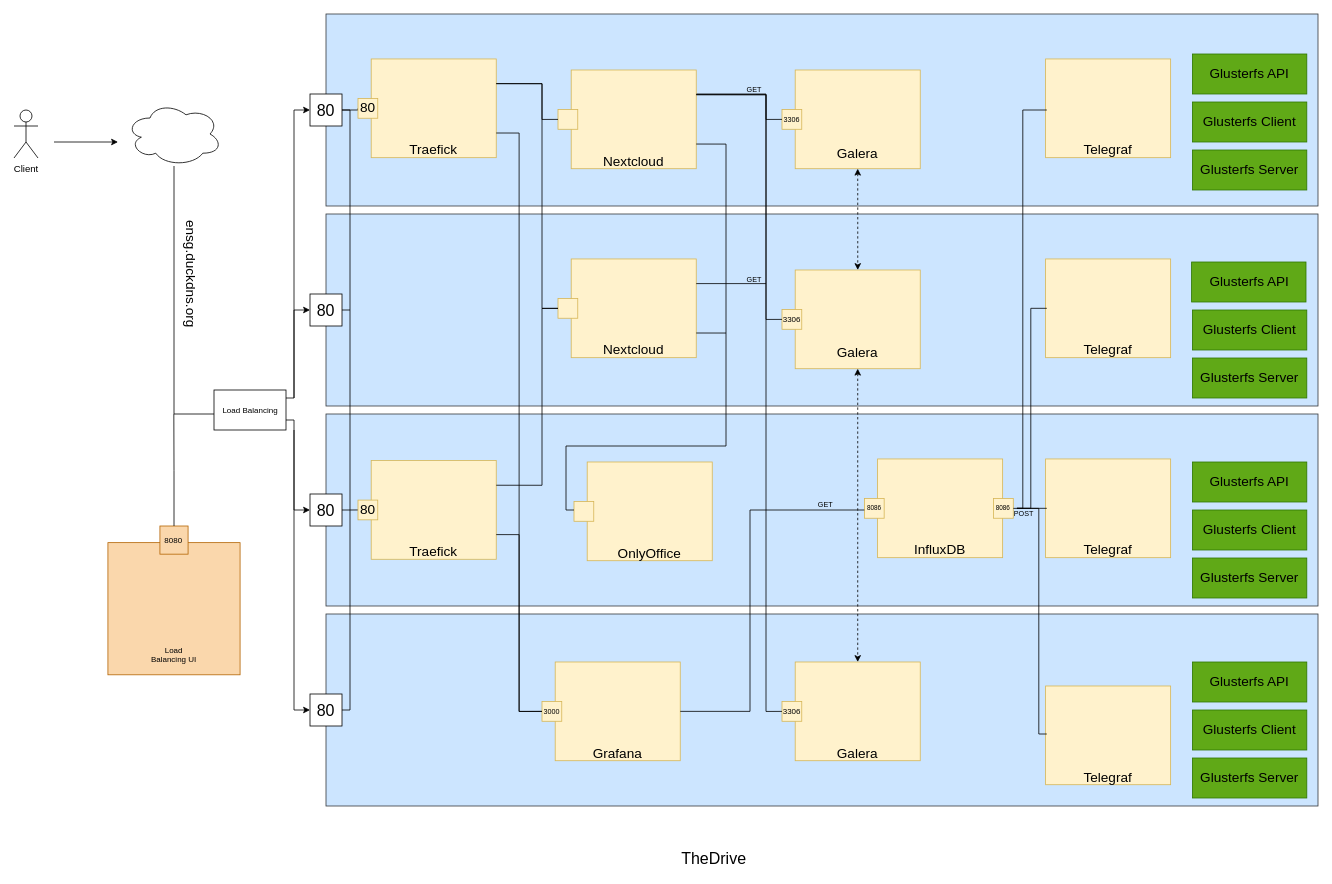
Earlier version of the draw.io diagram Untitled Diagram.drawio (ThomasDBM/TheDrive). Source tidied: cells renumbered, new cells numbered last; positions are measured from the earlier drawing's top-left corner, leaving out a move shared by most shapes. Both pictures are drawn from the tidied source at 80%, with x=0, y=0 at pixel (14, 14).
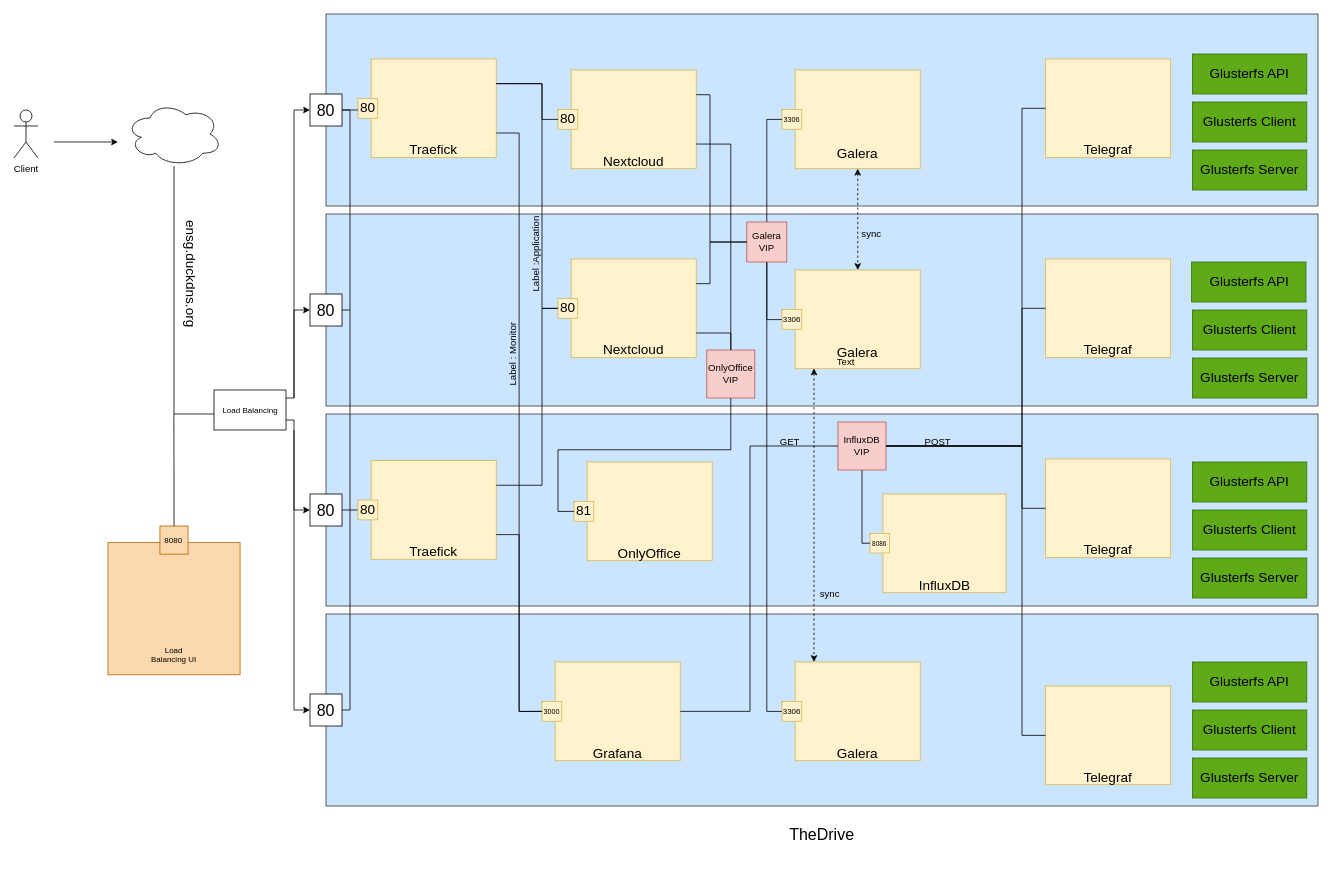
Above is the later version.

Commit message:
Premier diagrame d'exemple de fonctionnement

The change refers to these unchanged cells:
```xml
<mxCell id="73" style="rounded=0;whiteSpace=wrap;html=1;labelBackgroundColor=#99FFFF;fontSize=17;fillColor=#fff2cc;strokeColor=#d6b656;" parent="72" vertex="1">
  <mxGeometry x="16.5" width="156.3" height="123.4" as="geometry" />
</mxCell>
<mxCell id="76" style="rounded=0;whiteSpace=wrap;html=1;labelBackgroundColor=#99FFFF;fontSize=17;fillColor=#fff2cc;strokeColor=#d6b656;" parent="75" vertex="1">
  <mxGeometry x="16.5" width="156.3" height="123.4" as="geometry" />
</mxCell>
<mxCell id="79" style="rounded=0;whiteSpace=wrap;html=1;labelBackgroundColor=#99FFFF;fontSize=17;fillColor=#fff2cc;strokeColor=#d6b656;" parent="78" vertex="1">
  <mxGeometry x="16.5" width="156.3" height="123.4" as="geometry" />
</mxCell>
<mxCell id="82" style="rounded=0;whiteSpace=wrap;html=1;labelBackgroundColor=#99FFFF;fontSize=17;fillColor=#fff2cc;strokeColor=#d6b656;" parent="81" vertex="1">
  <mxGeometry x="16.5" width="156.3" height="123.4" as="geometry" />
</mxCell>
<mxCell id="94" style="rounded=0;whiteSpace=wrap;html=1;labelBackgroundColor=#99FFFF;fontSize=17;fillColor=#fff2cc;strokeColor=#d6b656;" parent="93" vertex="1">
  <mxGeometry x="16.5" width="156.3" height="123.4" as="geometry" />
</mxCell>
<mxCell id="100" style="group;" parent="1" vertex="1">
  <mxGeometry x="680" y="70" width="172.7" height="127.5" as="geometry" />
</mxCell>
<mxCell id="101" style="rounded=0;whiteSpace=wrap;html=1;labelBackgroundColor=#99FFFF;fontSize=17;fillColor=#fff2cc;strokeColor=#d6b656;" parent="100" vertex="1">
  <mxGeometry x="16.5" width="156.3" height="123.4" as="geometry" />
</mxCell>
<mxCell id="104" style="group;" parent="1" vertex="1">
  <mxGeometry x="680" y="306.2" width="172.7" height="127.5" as="geometry" />
</mxCell>
<mxCell id="105" style="rounded=0;whiteSpace=wrap;html=1;labelBackgroundColor=#99FFFF;fontSize=17;fillColor=#fff2cc;strokeColor=#d6b656;" parent="104" vertex="1">
  <mxGeometry x="16.5" width="156.3" height="123.4" as="geometry" />
</mxCell>
<mxCell id="108" style="group;" parent="1" vertex="1">
  <mxGeometry x="700" y="560" width="172.7" height="127.5" as="geometry" />
</mxCell>
<mxCell id="113" style="rounded=0;whiteSpace=wrap;html=1;labelBackgroundColor=#99FFFF;fontSize=17;fillColor=#fff2cc;strokeColor=#d6b656;" parent="112" vertex="1">
  <mxGeometry x="16.5" width="156.3" height="123.4" as="geometry" />
</mxCell>
<mxCell id="114" value="3306" style="whiteSpace=wrap;html=1;labelBackgroundColor=none;fontSize=10;fillColor=#fff2cc;strokeColor=#d6b656;" parent="112" vertex="1">
  <mxGeometry y="49.4" width="24.7" height="24.7" as="geometry" />
</mxCell>
<mxCell id="117" style="rounded=0;whiteSpace=wrap;html=1;labelBackgroundColor=#99FFFF;fontSize=17;fillColor=#fff2cc;strokeColor=#d6b656;" parent="116" vertex="1">
  <mxGeometry x="16.5" width="156.3" height="123.4" as="geometry" />
</mxCell>
<mxCell id="118" value="3306" style="whiteSpace=wrap;html=1;labelBackgroundColor=none;fontSize=10;fillColor=#fff2cc;strokeColor=#d6b656;" parent="116" vertex="1">
  <mxGeometry y="49.4" width="24.7" height="24.7" as="geometry" />
</mxCell>
<mxCell id="122" value="3306" style="whiteSpace=wrap;html=1;labelBackgroundColor=none;fontSize=9;fillColor=#fff2cc;strokeColor=#d6b656;" parent="120" vertex="1">
  <mxGeometry y="49.4" width="24.7" height="24.7" as="geometry" />
</mxCell>
```

What changed in the source:
```diff
@@
     <mxCell id="7" value="TheDrive" style="text;html=1;strokeColor=none;fillColor=none;align=center;verticalAlign=middle;whiteSpace=wrap;rounded=0;fontSize=20;" parent="1" vertex="1">
-      <mxGeometry x="845" y="1040" width="60" height="30" as="geometry" />
+      <mxGeometry x="980" y="1010" width="60" height="30" as="geometry" />
     </mxCell>
@@
     <mxCell id="84" style="group;" parent="1" vertex="1">
-      <mxGeometry x="1063" y="556.2" width="172.7" height="127.5" as="geometry" />
+      <mxGeometry x="1070" y="600" width="170" height="127.5" as="geometry" />
     </mxCell>
     <mxCell id="85" style="rounded=0;whiteSpace=wrap;html=1;labelBackgroundColor=#99FFFF;fontSize=17;fillColor=#fff2cc;strokeColor=#d6b656;" parent="84" vertex="1">
-      <mxGeometry x="16.5" width="156.3" height="123.4" as="geometry" />
+      <mxGeometry x="16.2" width="153.8" height="123.4" as="geometry" />
     </mxCell>
     <mxCell id="86" value="8086" style="whiteSpace=wrap;html=1;labelBackgroundColor=none;fontSize=8;fillColor=#fff2cc;strokeColor=#d6b656;" parent="84" vertex="1">
-      <mxGeometry y="49.4" width="24.7" height="24.7" as="geometry" />
+      <mxGeometry y="49.4" width="24.3" height="24.3" as="geometry" />
     </mxCell>
     <mxCell id="87" value="InfluxDB" style="text;html=1;align=center;verticalAlign=middle;whiteSpace=wrap;rounded=0;labelBackgroundColor=none;fontSize=17;" parent="84" vertex="1">
-      <mxGeometry x="69.9" y="102.8" width="49.4" height="24.7" as="geometry" />
+      <mxGeometry x="68.8" y="102.8" width="48.6" height="24.7" as="geometry" />
     </mxCell>
-    <mxCell id="88" value="8086" style="whiteSpace=wrap;html=1;labelBackgroundColor=none;fontSize=8;fillColor=#fff2cc;strokeColor=#d6b656;" parent="84" vertex="1">
-      <mxGeometry x="161.4" y="49.4" width="24.7" height="24.7" as="geometry" />
-    </mxCell>
-    <mxCell id="89" style="edgeStyle=orthogonalEdgeStyle;rounded=0;orthogonalLoop=1;jettySize=auto;html=1;exitX=1;exitY=0.5;exitDx=0;exitDy=0;fontSize=17;endArrow=none;endFill=0;" parent="1" edge="1">
-      <mxGeometry relative="1" as="geometry">
-        <mxPoint x="1253.7" y="617.9" as="sourcePoint" />
-        <mxPoint x="1291" y="120" as="targetPoint" />
-        <Array as="points">
-          <mxPoint x="1261" y="618" />
-          <mxPoint x="1261" y="120" />
-        </Array>
-      </mxGeometry>
-    </mxCell>
-    <mxCell id="90" style="edgeStyle=orthogonalEdgeStyle;rounded=0;orthogonalLoop=1;jettySize=auto;html=1;exitX=1;exitY=0.5;exitDx=0;exitDy=0;entryX=0;entryY=0.5;entryDx=0;entryDy=0;fontSize=17;endArrow=none;endFill=0;" parent="1" edge="1">
-      <mxGeometry relative="1" as="geometry">
-        <mxPoint x="1253.7" y="617.9" as="sourcePoint" />
-        <mxPoint x="1291" y="367.9" as="targetPoint" />
-        <Array as="points">
-          <mxPoint x="1271" y="618" />
-          <mxPoint x="1271" y="368" />
-        </Array>
-      </mxGeometry>
-    </mxCell>
-    <mxCell id="91" style="edgeStyle=orthogonalEdgeStyle;rounded=0;orthogonalLoop=1;jettySize=auto;html=1;exitX=1;exitY=0.5;exitDx=0;exitDy=0;entryX=0;entryY=0.5;entryDx=0;entryDy=0;fontSize=17;endArrow=none;endFill=0;" parent="1" edge="1">
-      <mxGeometry relative="1" as="geometry">
-        <mxPoint x="1253.7" y="617.9" as="sourcePoint" />
-        <mxPoint x="1291" y="617.9" as="targetPoint" />
-      </mxGeometry>
-    </mxCell>
-    <mxCell id="92" style="edgeStyle=orthogonalEdgeStyle;rounded=0;jettySize=auto;html=1;exitX=1;exitY=0.5;exitDx=0;exitDy=0;fontSize=17;endArrow=none;endFill=0;" parent="1" edge="1" source="88">
-      <mxGeometry relative="1" as="geometry">
-        <mxPoint x="1291" y="900" as="targetPoint" />
-        <Array as="points">
-          <mxPoint x="1281" y="618" />
-          <mxPoint x="1281" y="900" />
-        </Array>
-      </mxGeometry>
-    </mxCell>
@@
-    <mxCell id="97" style="edgeStyle=orthogonalEdgeStyle;rounded=0;jettySize=auto;html=1;exitX=1;exitY=0.5;exitDx=0;exitDy=0;fontSize=17;endArrow=none;endFill=0;" parent="1" edge="1" source="94" target="86">
-      <mxGeometry relative="1" as="geometry">
-        <Array as="points">
-          <mxPoint x="920" y="872" />
-          <mxPoint x="920" y="620" />
-        </Array>
-      </mxGeometry>
-    </mxCell>
@@
-    <mxCell id="102" style="whiteSpace=wrap;html=1;labelBackgroundColor=#99FFFF;fontSize=17;fillColor=#fff2cc;strokeColor=#d6b656;" parent="100" vertex="1">
+    <mxCell id="102" value="80" style="whiteSpace=wrap;html=1;labelBackgroundColor=none;fontSize=17;fillColor=#fff2cc;strokeColor=#d6b656;" parent="100" vertex="1">
       <mxGeometry y="49.4" width="24.7" height="24.7" as="geometry" />
     </mxCell>
@@
-    <mxCell id="106" style="whiteSpace=wrap;html=1;labelBackgroundColor=#99FFFF;fontSize=17;fillColor=#fff2cc;strokeColor=#d6b656;" parent="104" vertex="1">
+    <mxCell id="106" value="80" style="whiteSpace=wrap;html=1;labelBackgroundColor=none;fontSize=17;fillColor=#fff2cc;strokeColor=#d6b656;" parent="104" vertex="1">
       <mxGeometry y="49.4" width="24.7" height="24.7" as="geometry" />
     </mxCell>
@@
-    <mxCell id="110" style="whiteSpace=wrap;html=1;labelBackgroundColor=#99FFFF;fontSize=17;fillColor=#fff2cc;strokeColor=#d6b656;" parent="108" vertex="1">
+    <mxCell id="110" value="81" style="whiteSpace=wrap;html=1;labelBackgroundColor=none;fontSize=17;fillColor=#fff2cc;strokeColor=#d6b656;" parent="108" vertex="1">
       <mxGeometry y="49.4" width="24.7" height="24.7" as="geometry" />
     </mxCell>
@@
-    <mxCell id="125" style="edgeStyle=orthogonalEdgeStyle;rounded=0;jettySize=auto;html=1;exitX=0.5;exitY=1;exitDx=0;exitDy=0;entryX=0.5;entryY=0;entryDx=0;entryDy=0;fontSize=17;startArrow=classic;startFill=1;endArrow=classic;endFill=1;dashed=1;" parent="1" edge="1" source="113" target="117">
-      <mxGeometry relative="1" as="geometry" />
+    <mxCell id="125" style="edgeStyle=orthogonalEdgeStyle;rounded=0;orthogonalLoop=1;jettySize=auto;html=1;fontSize=17;startArrow=classic;startFill=1;endArrow=classic;endFill=1;dashed=1;" parent="1" edge="1">
+      <mxGeometry relative="1" as="geometry">
+        <mxPoint x="1000" y="443" as="sourcePoint" />
+        <mxPoint x="1000" y="810" as="targetPoint" />
+        <Array as="points">
+          <mxPoint x="1000" y="443" />
+          <mxPoint x="1000" y="810" />
+        </Array>
+      </mxGeometry>
     </mxCell>
@@
-    <mxCell id="129" style="edgeStyle=orthogonalEdgeStyle;rounded=0;jettySize=auto;html=1;exitX=1;exitY=0.25;exitDx=0;exitDy=0;entryX=0;entryY=0.5;entryDx=0;entryDy=0;fontSize=17;startArrow=none;startFill=0;endArrow=none;endFill=0;" parent="1" edge="1" source="101" target="122">
-      <mxGeometry relative="1" as="geometry">
-        <Array as="points">
-          <mxPoint x="940" y="101" />
-          <mxPoint x="940" y="132" />
-        </Array>
-      </mxGeometry>
-    </mxCell>
-    <mxCell id="130" style="edgeStyle=orthogonalEdgeStyle;rounded=0;jettySize=auto;html=1;exitX=1;exitY=0.25;exitDx=0;exitDy=0;entryX=0;entryY=0.5;entryDx=0;entryDy=0;fontSize=17;startArrow=none;startFill=0;endArrow=none;endFill=0;" parent="1" edge="1" source="101" target="114">
-      <mxGeometry relative="1" as="geometry">
-        <Array as="points">
-          <mxPoint x="940" y="101" />
-          <mxPoint x="940" y="382" />
-        </Array>
-      </mxGeometry>
-    </mxCell>
-    <mxCell id="131" style="edgeStyle=orthogonalEdgeStyle;rounded=0;jettySize=auto;html=1;entryX=0;entryY=0.5;entryDx=0;entryDy=0;fontSize=17;startArrow=none;startFill=0;endArrow=none;endFill=0;" parent="1" edge="1" target="118">
-      <mxGeometry relative="1" as="geometry">
-        <mxPoint x="853" y="100" as="sourcePoint" />
-        <Array as="points">
-          <mxPoint x="853" y="100" />
-          <mxPoint x="940" y="100" />
-          <mxPoint x="940" y="872" />
-        </Array>
-      </mxGeometry>
-    </mxCell>
-    <mxCell id="132" style="edgeStyle=orthogonalEdgeStyle;rounded=0;jettySize=auto;html=1;exitX=1;exitY=0.25;exitDx=0;exitDy=0;fontSize=17;startArrow=none;startFill=0;endArrow=none;endFill=0;" parent="1" edge="1" source="105">
-      <mxGeometry relative="1" as="geometry">
-        <mxPoint x="940" y="337" as="targetPoint" />
-        <Array as="points">
-          <mxPoint x="940" y="337" />
-        </Array>
-      </mxGeometry>
-    </mxCell>
-    <mxCell id="133" style="edgeStyle=orthogonalEdgeStyle;rounded=0;jettySize=auto;html=1;exitX=1;exitY=0.75;exitDx=0;exitDy=0;fontSize=17;startArrow=none;startFill=0;endArrow=none;endFill=0;" parent="1" edge="1" source="101">
-      <mxGeometry relative="1" as="geometry">
-        <mxPoint x="700" y="620" as="targetPoint" />
-        <Array as="points">
-          <mxPoint x="890" y="163" />
-          <mxPoint x="890" y="540" />
-          <mxPoint x="690" y="540" />
-          <mxPoint x="690" y="620" />
-        </Array>
-      </mxGeometry>
-    </mxCell>
-    <mxCell id="134" style="edgeStyle=orthogonalEdgeStyle;rounded=0;jettySize=auto;html=1;exitX=1;exitY=0.75;exitDx=0;exitDy=0;fontSize=17;startArrow=none;startFill=0;endArrow=none;endFill=0;" parent="1" edge="1" source="105">
-      <mxGeometry relative="1" as="geometry">
-        <mxPoint x="890" y="398.7" as="targetPoint" />
-      </mxGeometry>
-    </mxCell>
-    <mxCell id="135" value="POST" style="text;html=1;align=center;verticalAlign=middle;strokeColor=none;fillColor=none;fontSize=9;" parent="1" vertex="1">
-      <mxGeometry x="1242" y="614.8" width="40" height="20" as="geometry" />
-    </mxCell>
-    <mxCell id="136" value="GET" style="text;html=1;align=center;verticalAlign=middle;strokeColor=none;fillColor=none;fontSize=9;" parent="1" vertex="1">
-      <mxGeometry x="999" y="604" width="30" height="20" as="geometry" />
-    </mxCell>
-    <mxCell id="137" value="GET" style="text;html=1;align=center;verticalAlign=middle;strokeColor=none;fillColor=none;fontSize=9;" parent="1" vertex="1">
-      <mxGeometry x="910" y="322" width="30" height="20" as="geometry" />
-    </mxCell>
-    <mxCell id="138" value="GET" style="text;html=1;align=center;verticalAlign=middle;strokeColor=none;fillColor=none;fontSize=9;" parent="1" vertex="1">
-      <mxGeometry x="910" y="85" width="30" height="20" as="geometry" />
-    </mxCell>
@@
+    <mxCell id="147" style="edgeStyle=orthogonalEdgeStyle;rounded=0;jettySize=auto;html=1;exitX=0.5;exitY=0;exitDx=0;exitDy=0;entryX=0;entryY=0.5;entryDx=0;entryDy=0;endArrow=none;endFill=0;" parent="1" edge="1" source="150" target="122">
+      <mxGeometry relative="1" as="geometry">
+        <Array as="points">
+          <mxPoint x="941" y="132" />
+        </Array>
+      </mxGeometry>
+    </mxCell>
+    <mxCell id="148" style="edgeStyle=orthogonalEdgeStyle;rounded=0;jettySize=auto;html=1;exitX=0.5;exitY=1;exitDx=0;exitDy=0;endArrow=none;endFill=0;" parent="1" edge="1" source="150">
+      <mxGeometry relative="1" as="geometry">
+        <mxPoint x="960" y="382" as="targetPoint" />
+        <Array as="points">
+          <mxPoint x="941" y="382" />
+          <mxPoint x="950" y="382" />
+        </Array>
+      </mxGeometry>
+    </mxCell>
+    <mxCell id="149" style="edgeStyle=orthogonalEdgeStyle;rounded=0;jettySize=auto;html=1;exitX=0.5;exitY=1;exitDx=0;exitDy=0;entryX=0;entryY=0.5;entryDx=0;entryDy=0;endArrow=none;endFill=0;" parent="1" edge="1" source="150" target="118">
+      <mxGeometry relative="1" as="geometry">
+        <Array as="points">
+          <mxPoint x="941" y="872" />
+        </Array>
+      </mxGeometry>
+    </mxCell>
+    <mxCell id="150" value="&lt;div&gt;Galera&lt;/div&gt;&lt;div&gt;VIP&lt;br&gt;&lt;/div&gt;" style="whiteSpace=wrap;html=1;fillColor=#f8cecc;strokeColor=#b85450;" parent="1" vertex="1">
+      <mxGeometry x="916" y="260" width="50" height="50" as="geometry" />
+    </mxCell>
+    <mxCell id="151" style="edgeStyle=orthogonalEdgeStyle;rounded=0;jettySize=auto;html=1;exitX=1;exitY=0.25;exitDx=0;exitDy=0;entryX=0;entryY=0.5;entryDx=0;entryDy=0;endArrow=none;endFill=0;" parent="1" edge="1" source="101" target="150">
+      <mxGeometry relative="1" as="geometry">
+        <Array as="points">
+          <mxPoint x="870" y="101" />
+          <mxPoint x="870" y="285" />
+        </Array>
+      </mxGeometry>
+    </mxCell>
+    <mxCell id="152" style="edgeStyle=orthogonalEdgeStyle;rounded=0;jettySize=auto;html=1;exitX=1;exitY=0.25;exitDx=0;exitDy=0;endArrow=none;endFill=0;entryX=0;entryY=0.5;entryDx=0;entryDy=0;" parent="1" edge="1" source="105" target="150">
+      <mxGeometry relative="1" as="geometry">
+        <Array as="points">
+          <mxPoint x="870" y="337" />
+          <mxPoint x="870" y="285" />
+        </Array>
+      </mxGeometry>
+    </mxCell>
+    <mxCell id="153" style="edgeStyle=orthogonalEdgeStyle;rounded=0;jettySize=auto;html=1;exitX=0.5;exitY=1;exitDx=0;exitDy=0;entryX=0;entryY=0.5;entryDx=0;entryDy=0;endArrow=none;endFill=0;" parent="1" edge="1" source="154" target="110">
+      <mxGeometry relative="1" as="geometry" />
+    </mxCell>
+    <mxCell id="154" value="&lt;div&gt;OnlyOffice&lt;/div&gt;&lt;div&gt;VIP&lt;br&gt;&lt;/div&gt;" style="whiteSpace=wrap;html=1;fillColor=#f8cecc;strokeColor=#b85450;" parent="1" vertex="1">
+      <mxGeometry x="866" y="420" width="60" height="60" as="geometry" />
+    </mxCell>
+    <mxCell id="155" style="edgeStyle=orthogonalEdgeStyle;rounded=0;jettySize=auto;html=1;exitX=1;exitY=0.75;exitDx=0;exitDy=0;endArrow=none;endFill=0;" parent="1" edge="1" source="101" target="154">
+      <mxGeometry relative="1" as="geometry" />
+    </mxCell>
+    <mxCell id="156" style="edgeStyle=orthogonalEdgeStyle;rounded=0;jettySize=auto;html=1;exitX=1;exitY=0.75;exitDx=0;exitDy=0;entryX=0.5;entryY=0;entryDx=0;entryDy=0;endArrow=none;endFill=0;" parent="1" edge="1" source="105" target="154">
+      <mxGeometry relative="1" as="geometry" />
+    </mxCell>
+    <mxCell id="157" style="edgeStyle=orthogonalEdgeStyle;rounded=0;jettySize=auto;html=1;exitX=0.5;exitY=1;exitDx=0;exitDy=0;entryX=0;entryY=0.5;entryDx=0;entryDy=0;endArrow=none;endFill=0;" parent="1" edge="1" source="159" target="86">
+      <mxGeometry relative="1" as="geometry">
+        <Array as="points">
+          <mxPoint x="1060" y="662" />
+        </Array>
+      </mxGeometry>
+    </mxCell>
+    <mxCell id="158" style="edgeStyle=orthogonalEdgeStyle;rounded=0;jettySize=auto;html=1;exitX=1;exitY=0.5;exitDx=0;exitDy=0;entryX=0;entryY=0.5;entryDx=0;entryDy=0;endArrow=none;endFill=0;" parent="1" edge="1" source="159" target="76">
+      <mxGeometry relative="1" as="geometry">
+        <Array as="points">
+          <mxPoint x="1260" y="540" />
+          <mxPoint x="1260" y="368" />
+        </Array>
+      </mxGeometry>
+    </mxCell>
+    <mxCell id="159" value="&lt;div&gt;InfluxDB&lt;/div&gt;&lt;div&gt;VIP&lt;br&gt;&lt;/div&gt;" style="whiteSpace=wrap;html=1;fillColor=#f8cecc;strokeColor=#b85450;" parent="1" vertex="1">
+      <mxGeometry x="1030" y="510" width="60" height="60" as="geometry" />
+    </mxCell>
+    <mxCell id="160" style="edgeStyle=orthogonalEdgeStyle;rounded=0;jettySize=auto;html=1;exitX=1;exitY=0.5;exitDx=0;exitDy=0;entryX=0;entryY=0.5;entryDx=0;entryDy=0;endArrow=none;endFill=0;" parent="1" edge="1" source="94" target="159">
+      <mxGeometry relative="1" as="geometry">
+        <Array as="points">
+          <mxPoint x="920" y="872" />
+          <mxPoint x="920" y="540" />
+        </Array>
+      </mxGeometry>
+    </mxCell>
+    <mxCell id="161" value="GET" style="text;html=1;strokeColor=none;fillColor=none;align=center;verticalAlign=middle;whiteSpace=wrap;rounded=0;" parent="1" vertex="1">
+      <mxGeometry x="940" y="520" width="60" height="30" as="geometry" />
+    </mxCell>
+    <mxCell id="162" style="edgeStyle=orthogonalEdgeStyle;rounded=0;jettySize=auto;html=1;exitX=0;exitY=0.5;exitDx=0;exitDy=0;endArrow=none;endFill=0;" parent="1" edge="1" source="73">
+      <mxGeometry relative="1" as="geometry">
+        <mxPoint x="1090" y="540" as="targetPoint" />
+        <Array as="points">
+          <mxPoint x="1260" y="118" />
+          <mxPoint x="1260" y="540" />
+        </Array>
+      </mxGeometry>
+    </mxCell>
+    <mxCell id="163" style="edgeStyle=orthogonalEdgeStyle;rounded=0;jettySize=auto;html=1;exitX=0;exitY=0.5;exitDx=0;exitDy=0;endArrow=none;endFill=0;" parent="1" edge="1" source="79">
+      <mxGeometry relative="1" as="geometry">
+        <mxPoint x="1090" y="540" as="targetPoint" />
+        <Array as="points">
+          <mxPoint x="1260" y="618" />
+          <mxPoint x="1260" y="540" />
+        </Array>
+      </mxGeometry>
+    </mxCell>
+    <mxCell id="164" style="edgeStyle=orthogonalEdgeStyle;rounded=0;jettySize=auto;html=1;exitX=0;exitY=0.5;exitDx=0;exitDy=0;entryX=1;entryY=0.5;entryDx=0;entryDy=0;endArrow=none;endFill=0;" parent="1" edge="1" source="82" target="159">
+      <mxGeometry relative="1" as="geometry">
+        <Array as="points">
+          <mxPoint x="1260" y="902" />
+          <mxPoint x="1260" y="540" />
+        </Array>
+      </mxGeometry>
+    </mxCell>
+    <mxCell id="135" value="POST" style="text;html=1;strokeColor=none;fillColor=none;align=center;verticalAlign=middle;whiteSpace=wrap;rounded=0;" parent="1" vertex="1">
+      <mxGeometry x="1125" y="520" width="60" height="30" as="geometry" />
+    </mxCell>
+    <mxCell id="165" value="Text" style="text;html=1;strokeColor=none;fillColor=none;align=center;verticalAlign=middle;whiteSpace=wrap;rounded=0;" parent="1" vertex="1">
+      <mxGeometry x="1010" y="420" width="60" height="30" as="geometry" />
+    </mxCell>
+    <mxCell id="166" value="sync" style="text;html=1;strokeColor=none;fillColor=none;align=center;verticalAlign=middle;whiteSpace=wrap;rounded=0;" parent="1" vertex="1">
+      <mxGeometry x="1042" y="260" width="60" height="30" as="geometry" />
+    </mxCell>
+    <mxCell id="167" value="sync" style="text;html=1;strokeColor=none;fillColor=none;align=center;verticalAlign=middle;whiteSpace=wrap;rounded=0;" parent="1" vertex="1">
+      <mxGeometry x="990" y="710" width="60" height="30" as="geometry" />
+    </mxCell>
+    <mxCell id="168" value="Label : Monitor" style="text;html=1;strokeColor=none;fillColor=none;align=center;verticalAlign=middle;whiteSpace=wrap;rounded=0;rotation=-90;" parent="1" vertex="1">
+      <mxGeometry x="569" y="410.2" width="110" height="30" as="geometry" />
+    </mxCell>
+    <mxCell id="169" value="Label :Application" style="text;html=1;strokeColor=none;fillColor=none;align=center;verticalAlign=middle;whiteSpace=wrap;rounded=0;rotation=-90;" parent="1" vertex="1">
+      <mxGeometry x="598" y="285" width="110" height="30" as="geometry" />
+    </mxCell>
```
